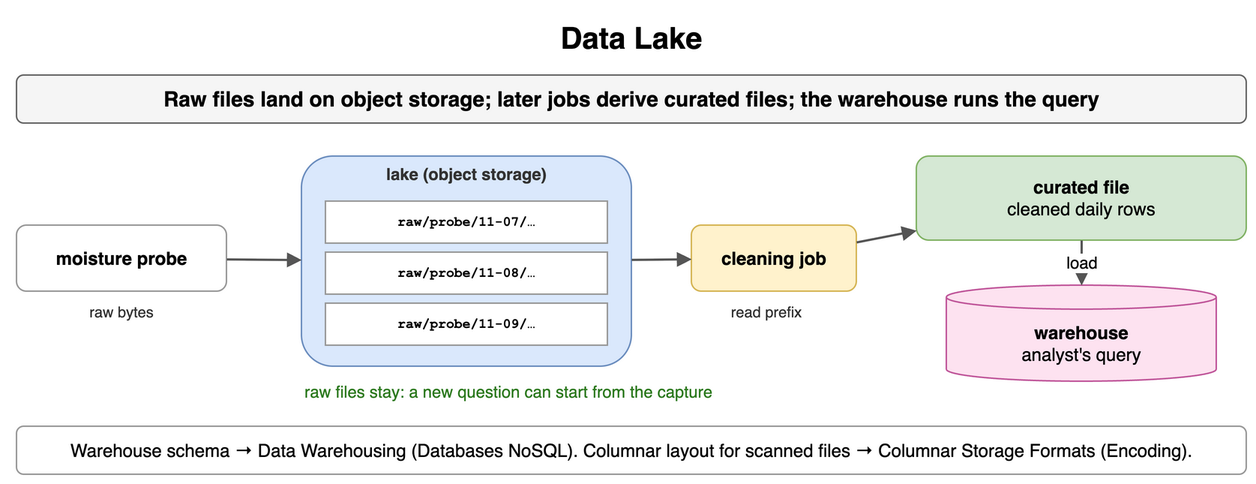
The draw.io diagram content/09_System_Design_Interview/13_Storage_and_Data_Processing_at_Scale/diagrams/storage-processing-4-data-lake.png in amendez13/swe-study-guide, before a commit. Source tidied: cells renumbered, new cells last; positions are measured from the earlier drawing's top-left corner, leaving out a move shared by most shapes. Its diagram source:
```xml
<mxGraphModel>
  <root>
    <mxCell id="0" />
    <mxCell id="1" parent="0" />
    <mxCell id="2" value="Data Lake" style="text;html=1;align=center;verticalAlign=middle;whiteSpace=wrap;fontSize=20;fontStyle=1;" parent="1" vertex="1">
      <mxGeometry width="820" height="30" as="geometry" />
    </mxCell>
    <mxCell id="3" value="Raw files land on object storage; later jobs derive curated files; the warehouse runs the query" style="rounded=1;whiteSpace=wrap;html=1;fillColor=#f5f5f5;strokeColor=#666666;fontStyle=1;fontSize=14;" parent="1" vertex="1">
      <mxGeometry y="40" width="820" height="32" as="geometry" />
    </mxCell>
    <mxCell id="4" value="moisture probe" style="rounded=1;whiteSpace=wrap;html=1;fillColor=#ffffff;strokeColor=#999999;fontSize=12;align=center;fontStyle=1;" parent="1" vertex="1">
      <mxGeometry y="140" width="140" height="44" as="geometry" />
    </mxCell>
    <mxCell id="5" style="rounded=1;whiteSpace=wrap;html=1;fillColor=#dae8fc;strokeColor=#6c8ebf;fontSize=12;align=center;fontStyle=1;" parent="1" vertex="1">
      <mxGeometry x="190" y="94" width="220" height="140" as="geometry" />
    </mxCell>
    <mxCell id="6" value="lake (object storage)" style="text;html=1;whiteSpace=wrap;fontSize=11;align=center;verticalAlign=middle;fontSize=11;fontColor=#333333;fontStyle=1;" parent="1" vertex="1">
      <mxGeometry x="190" y="98" width="220" height="16" as="geometry" />
    </mxCell>
    <mxCell id="7" value="raw/probe/11-07/…" style="rounded=0;whiteSpace=wrap;html=1;fontFamily=Courier New;fontStyle=1;fontSize=13;fillColor=#ffffff;strokeColor=#999999;fontSize=9;" parent="1" vertex="1">
      <mxGeometry x="206" y="124" width="188" height="28" as="geometry" />
    </mxCell>
    <mxCell id="8" value="raw/probe/11-08/…" style="rounded=0;whiteSpace=wrap;html=1;fontFamily=Courier New;fontStyle=1;fontSize=13;fillColor=#ffffff;strokeColor=#999999;fontSize=9;" parent="1" vertex="1">
      <mxGeometry x="206" y="158" width="188" height="28" as="geometry" />
    </mxCell>
    <mxCell id="9" value="raw/probe/11-09/…" style="rounded=0;whiteSpace=wrap;html=1;fontFamily=Courier New;fontStyle=1;fontSize=13;fillColor=#ffffff;strokeColor=#999999;fontSize=9;" parent="1" vertex="1">
      <mxGeometry x="206" y="192" width="188" height="28" as="geometry" />
    </mxCell>
    <mxCell id="10" value="cleaning job" style="rounded=1;whiteSpace=wrap;html=1;fillColor=#fff2cc;strokeColor=#d6b656;fontSize=12;align=center;fontStyle=1;" parent="1" vertex="1">
      <mxGeometry x="450" y="140" width="110" height="44" as="geometry" />
    </mxCell>
    <mxCell id="11" value="curated file&lt;br&gt;&lt;span style='font-weight:normal'&gt;cleaned daily rows&lt;/span&gt;" style="rounded=1;whiteSpace=wrap;html=1;fillColor=#d5e8d4;strokeColor=#82b366;fontSize=12;align=center;fontStyle=1;" parent="1" vertex="1">
      <mxGeometry x="600" y="94" width="220" height="56" as="geometry" />
    </mxCell>
    <mxCell id="12" value="warehouse&lt;br&gt;&lt;span style='font-weight:normal'&gt;analyst's query&lt;/span&gt;" style="shape=cylinder3;whiteSpace=wrap;html=1;boundedLbl=1;backgroundOutline=1;size=8;fillColor=#fde2f0;strokeColor=#c0569a;fontStyle=1;fontSize=12;" parent="1" vertex="1">
      <mxGeometry x="620" y="180" width="180" height="64" as="geometry" />
    </mxCell>
    <mxCell id="13" style="endArrow=block;endSize=6;html=1;strokeWidth=1.5;strokeColor=#555555;fontSize=11;labelBackgroundColor=#ffffff;" parent="1" edge="1" source="4" target="5">
      <mxGeometry relative="1" as="geometry" />
    </mxCell>
    <mxCell id="14" value="raw bytes" style="text;html=1;whiteSpace=wrap;fontSize=11;align=center;verticalAlign=middle;fontSize=10;fontColor=#333333;" parent="1" vertex="1">
      <mxGeometry y="190" width="140" height="16" as="geometry" />
    </mxCell>
    <mxCell id="15" style="endArrow=block;endSize=6;html=1;strokeWidth=1.5;strokeColor=#555555;fontSize=11;labelBackgroundColor=#ffffff;" parent="1" edge="1" source="5" target="10">
      <mxGeometry relative="1" as="geometry" />
    </mxCell>
    <mxCell id="16" value="read prefix" style="text;html=1;whiteSpace=wrap;fontSize=11;align=center;verticalAlign=middle;fontSize=10;fontColor=#333333;" parent="1" vertex="1">
      <mxGeometry x="430" y="190" width="140" height="16" as="geometry" />
    </mxCell>
    <mxCell id="17" style="endArrow=block;endSize=6;html=1;strokeWidth=1.5;strokeColor=#555555;fontSize=11;labelBackgroundColor=#ffffff;" parent="1" edge="1" source="10" target="11">
      <mxGeometry relative="1" as="geometry" />
    </mxCell>
    <mxCell id="18" value="load" style="endArrow=block;endSize=6;html=1;strokeWidth=1.5;strokeColor=#555555;fontSize=11;labelBackgroundColor=#ffffff;" parent="1" edge="1" source="11" target="12">
      <mxGeometry relative="1" as="geometry" />
    </mxCell>
    <mxCell id="19" value="raw files stay: a new question can start from the capture" style="text;html=1;whiteSpace=wrap;fontSize=11;align=left;verticalAlign=middle;fontSize=11;fontColor=#2d7a1f;" parent="1" vertex="1">
      <mxGeometry x="190" y="242" width="400" height="18" as="geometry" />
    </mxCell>
    <mxCell id="20" value="Warehouse schema → Data Warehousing (Databases NoSQL). Columnar layout for scanned files → Columnar Storage Formats (Encoding)." style="rounded=1;whiteSpace=wrap;html=1;fillColor=#ffffff;strokeColor=#999999;fontSize=12;align=center;" parent="1" vertex="1">
      <mxGeometry y="274" width="820" height="32" as="geometry" />
    </mxCell>
  </root>
</mxGraphModel>
```
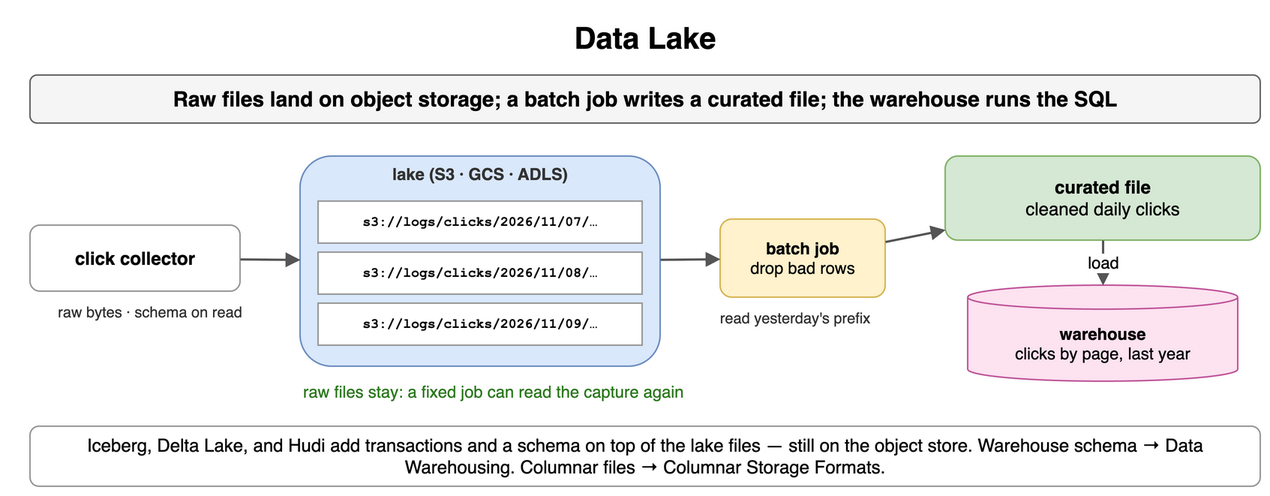
The same diagram one commit later.

What changed in the source:
```diff
@@ -5,47 +5,47 @@
     <mxCell id="2" value="Data Lake" style="text;html=1;align=center;verticalAlign=middle;whiteSpace=wrap;fontSize=20;fontStyle=1;" parent="1" vertex="1">
       <mxGeometry width="820" height="30" as="geometry" />
     </mxCell>
-    <mxCell id="3" value="Raw files land on object storage; later jobs derive curated files; the warehouse runs the query" style="rounded=1;whiteSpace=wrap;html=1;fillColor=#f5f5f5;strokeColor=#666666;fontStyle=1;fontSize=14;" parent="1" vertex="1">
+    <mxCell id="3" value="Raw files land on object storage; a batch job writes a curated file; the warehouse runs the SQL" style="rounded=1;whiteSpace=wrap;html=1;fillColor=#f5f5f5;strokeColor=#666666;fontStyle=1;fontSize=14;" parent="1" vertex="1">
       <mxGeometry y="40" width="820" height="32" as="geometry" />
     </mxCell>
-    <mxCell id="4" value="moisture probe" style="rounded=1;whiteSpace=wrap;html=1;fillColor=#ffffff;strokeColor=#999999;fontSize=12;align=center;fontStyle=1;" parent="1" vertex="1">
+    <mxCell id="4" value="click collector" style="rounded=1;whiteSpace=wrap;html=1;fillColor=#ffffff;strokeColor=#999999;fontSize=12;align=center;fontStyle=1;" parent="1" vertex="1">
       <mxGeometry y="140" width="140" height="44" as="geometry" />
     </mxCell>
     <mxCell id="5" style="rounded=1;whiteSpace=wrap;html=1;fillColor=#dae8fc;strokeColor=#6c8ebf;fontSize=12;align=center;fontStyle=1;" parent="1" vertex="1">
-      <mxGeometry x="190" y="94" width="220" height="140" as="geometry" />
+      <mxGeometry x="180" y="94" width="240" height="140" as="geometry" />
     </mxCell>
-    <mxCell id="6" value="lake (object storage)" style="text;html=1;whiteSpace=wrap;fontSize=11;align=center;verticalAlign=middle;fontSize=11;fontColor=#333333;fontStyle=1;" parent="1" vertex="1">
-      <mxGeometry x="190" y="98" width="220" height="16" as="geometry" />
+    <mxCell id="6" value="lake (S3 · GCS · ADLS)" style="text;html=1;whiteSpace=wrap;fontSize=11;align=center;verticalAlign=middle;fontSize=11;fontColor=#333333;fontStyle=1;" parent="1" vertex="1">
+      <mxGeometry x="180" y="98" width="240" height="16" as="geometry" />
     </mxCell>
-    <mxCell id="7" value="raw/probe/11-07/…" style="rounded=0;whiteSpace=wrap;html=1;fontFamily=Courier New;fontStyle=1;fontSize=13;fillColor=#ffffff;strokeColor=#999999;fontSize=9;" parent="1" vertex="1">
-      <mxGeometry x="206" y="124" width="188" height="28" as="geometry" />
+    <mxCell id="7" value="s3://logs/clicks/2026/11/07/…" style="rounded=0;whiteSpace=wrap;html=1;fontFamily=Courier New;fontStyle=1;fontSize=13;fillColor=#ffffff;strokeColor=#999999;fontSize=9;" parent="1" vertex="1">
+      <mxGeometry x="192" y="124" width="216" height="28" as="geometry" />
     </mxCell>
-    <mxCell id="8" value="raw/probe/11-08/…" style="rounded=0;whiteSpace=wrap;html=1;fontFamily=Courier New;fontStyle=1;fontSize=13;fillColor=#ffffff;strokeColor=#999999;fontSize=9;" parent="1" vertex="1">
-      <mxGeometry x="206" y="158" width="188" height="28" as="geometry" />
+    <mxCell id="8" value="s3://logs/clicks/2026/11/08/…" style="rounded=0;whiteSpace=wrap;html=1;fontFamily=Courier New;fontStyle=1;fontSize=13;fillColor=#ffffff;strokeColor=#999999;fontSize=9;" parent="1" vertex="1">
+      <mxGeometry x="192" y="158" width="216" height="28" as="geometry" />
     </mxCell>
-    <mxCell id="9" value="raw/probe/11-09/…" style="rounded=0;whiteSpace=wrap;html=1;fontFamily=Courier New;fontStyle=1;fontSize=13;fillColor=#ffffff;strokeColor=#999999;fontSize=9;" parent="1" vertex="1">
-      <mxGeometry x="206" y="192" width="188" height="28" as="geometry" />
+    <mxCell id="9" value="s3://logs/clicks/2026/11/09/…" style="rounded=0;whiteSpace=wrap;html=1;fontFamily=Courier New;fontStyle=1;fontSize=13;fillColor=#ffffff;strokeColor=#999999;fontSize=9;" parent="1" vertex="1">
+      <mxGeometry x="192" y="192" width="216" height="28" as="geometry" />
     </mxCell>
-    <mxCell id="10" value="cleaning job" style="rounded=1;whiteSpace=wrap;html=1;fillColor=#fff2cc;strokeColor=#d6b656;fontSize=12;align=center;fontStyle=1;" parent="1" vertex="1">
-      <mxGeometry x="450" y="140" width="110" height="44" as="geometry" />
+    <mxCell id="10" value="batch job&lt;br&gt;&lt;span style='font-weight:normal'&gt;drop bad rows&lt;/span&gt;" style="rounded=1;whiteSpace=wrap;html=1;fillColor=#fff2cc;strokeColor=#d6b656;fontSize=11;align=center;fontStyle=1;" parent="1" vertex="1">
+      <mxGeometry x="460" y="136" width="110" height="52" as="geometry" />
     </mxCell>
-    <mxCell id="11" value="curated file&lt;br&gt;&lt;span style='font-weight:normal'&gt;cleaned daily rows&lt;/span&gt;" style="rounded=1;whiteSpace=wrap;html=1;fillColor=#d5e8d4;strokeColor=#82b366;fontSize=12;align=center;fontStyle=1;" parent="1" vertex="1">
-      <mxGeometry x="600" y="94" width="220" height="56" as="geometry" />
+    <mxCell id="11" value="curated file&lt;br&gt;&lt;span style='font-weight:normal'&gt;cleaned daily clicks&lt;/span&gt;" style="rounded=1;whiteSpace=wrap;html=1;fillColor=#d5e8d4;strokeColor=#82b366;fontSize=12;align=center;fontStyle=1;" parent="1" vertex="1">
+      <mxGeometry x="610" y="94" width="210" height="56" as="geometry" />
     </mxCell>
-    <mxCell id="12" value="warehouse&lt;br&gt;&lt;span style='font-weight:normal'&gt;analyst's query&lt;/span&gt;" style="shape=cylinder3;whiteSpace=wrap;html=1;boundedLbl=1;backgroundOutline=1;size=8;fillColor=#fde2f0;strokeColor=#c0569a;fontStyle=1;fontSize=12;" parent="1" vertex="1">
-      <mxGeometry x="620" y="180" width="180" height="64" as="geometry" />
+    <mxCell id="12" value="warehouse&lt;br&gt;&lt;span style='font-weight:normal'&gt;clicks by page, last year&lt;/span&gt;" style="shape=cylinder3;whiteSpace=wrap;html=1;boundedLbl=1;backgroundOutline=1;size=8;fillColor=#fde2f0;strokeColor=#c0569a;fontStyle=1;fontSize=11;" parent="1" vertex="1">
+      <mxGeometry x="625" y="180" width="180" height="64" as="geometry" />
     </mxCell>
     <mxCell id="13" style="endArrow=block;endSize=6;html=1;strokeWidth=1.5;strokeColor=#555555;fontSize=11;labelBackgroundColor=#ffffff;" parent="1" edge="1" source="4" target="5">
       <mxGeometry relative="1" as="geometry" />
     </mxCell>
-    <mxCell id="14" value="raw bytes" style="text;html=1;whiteSpace=wrap;fontSize=11;align=center;verticalAlign=middle;fontSize=10;fontColor=#333333;" parent="1" vertex="1">
-      <mxGeometry y="190" width="140" height="16" as="geometry" />
+    <mxCell id="14" value="raw bytes · schema on read" style="text;html=1;whiteSpace=wrap;fontSize=11;align=center;verticalAlign=middle;fontSize=10;fontColor=#333333;" parent="1" vertex="1">
+      <mxGeometry x="-10" y="190" width="180" height="16" as="geometry" />
     </mxCell>
     <mxCell id="15" style="endArrow=block;endSize=6;html=1;strokeWidth=1.5;strokeColor=#555555;fontSize=11;labelBackgroundColor=#ffffff;" parent="1" edge="1" source="5" target="10">
       <mxGeometry relative="1" as="geometry" />
     </mxCell>
-    <mxCell id="16" value="read prefix" style="text;html=1;whiteSpace=wrap;fontSize=11;align=center;verticalAlign=middle;fontSize=10;fontColor=#333333;" parent="1" vertex="1">
-      <mxGeometry x="430" y="190" width="140" height="16" as="geometry" />
+    <mxCell id="16" value="read yesterday's prefix" style="text;html=1;whiteSpace=wrap;fontSize=11;align=center;verticalAlign=middle;fontSize=10;fontColor=#333333;" parent="1" vertex="1">
+      <mxGeometry x="420" y="194" width="180" height="16" as="geometry" />
     </mxCell>
     <mxCell id="17" style="endArrow=block;endSize=6;html=1;strokeWidth=1.5;strokeColor=#555555;fontSize=11;labelBackgroundColor=#ffffff;" parent="1" edge="1" source="10" target="11">
       <mxGeometry relative="1" as="geometry" />
@@ -53,11 +53,11 @@
     <mxCell id="18" value="load" style="endArrow=block;endSize=6;html=1;strokeWidth=1.5;strokeColor=#555555;fontSize=11;labelBackgroundColor=#ffffff;" parent="1" edge="1" source="11" target="12">
       <mxGeometry relative="1" as="geometry" />
     </mxCell>
-    <mxCell id="19" value="raw files stay: a new question can start from the capture" style="text;html=1;whiteSpace=wrap;fontSize=11;align=left;verticalAlign=middle;fontSize=11;fontColor=#2d7a1f;" parent="1" vertex="1">
-      <mxGeometry x="190" y="242" width="400" height="18" as="geometry" />
+    <mxCell id="19" value="raw files stay: a fixed job can read the capture again" style="text;html=1;whiteSpace=wrap;fontSize=11;align=left;verticalAlign=middle;fontSize=11;fontColor=#2d7a1f;" parent="1" vertex="1">
+      <mxGeometry x="180" y="242" width="420" height="18" as="geometry" />
     </mxCell>
-    <mxCell id="20" value="Warehouse schema → Data Warehousing (Databases NoSQL). Columnar layout for scanned files → Columnar Storage Formats (Encoding)." style="rounded=1;whiteSpace=wrap;html=1;fillColor=#ffffff;strokeColor=#999999;fontSize=12;align=center;" parent="1" vertex="1">
-      <mxGeometry y="274" width="820" height="32" as="geometry" />
+    <mxCell id="20" value="Iceberg, Delta Lake, and Hudi add transactions and a schema on top of the lake files — still on the object store. Warehouse schema → Data Warehousing. Columnar files → Columnar Storage Formats." style="rounded=1;whiteSpace=wrap;html=1;fillColor=#ffffff;strokeColor=#999999;fontSize=12;align=center;" parent="1" vertex="1">
+      <mxGeometry y="274" width="820" height="40" as="geometry" />
     </mxCell>
   </root>
 </mxGraphModel>
```
